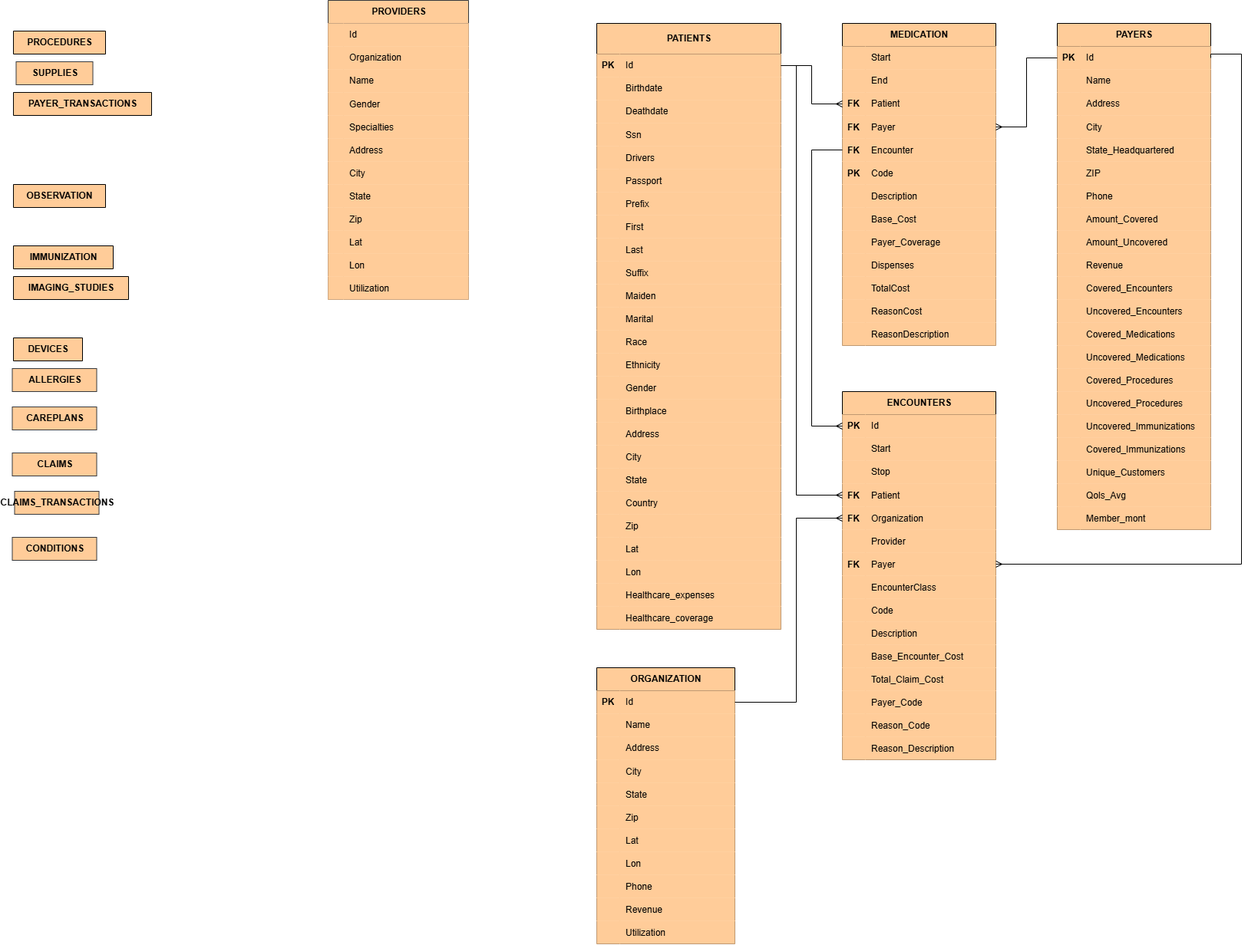
Before: BigDataProject.drawio.png, a diagram exported from draw.io (UtsuroNoArashi/BigDataProject). Source tidied: cells renumbered, new cells last; positions are measured from the earlier drawing's top-left corner, leaving out a move shared by most shapes.
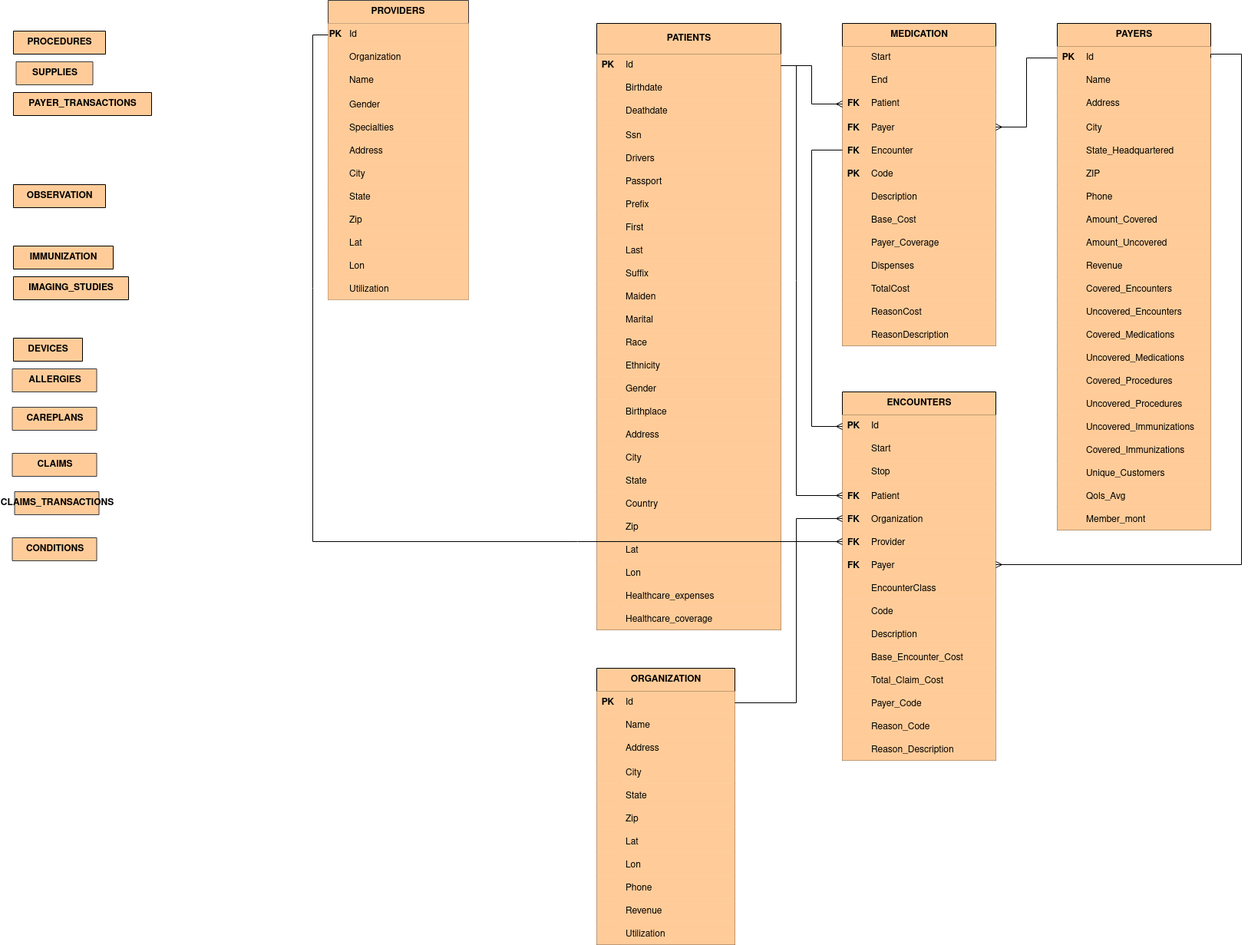
After the change.

Change to the diagram source:
```diff
@@ -11,7 +11,7 @@
     <mxCell id="4" style="shape=tableRow;horizontal=0;startSize=0;swimlaneHead=0;swimlaneBody=0;fillColor=light-dark(#FFCC99,#B98351);points=[[0,0.5],[1,0.5]];portConstraint=eastwest;top=0;left=0;right=0;bottom=0;strokeColor=light-dark(#36393D,#DDE2E4);fontColor=light-dark(#000000,#000000);" parent="3" vertex="1">
       <mxGeometry y="30" width="183" height="30" as="geometry" />
     </mxCell>
-    <mxCell id="5" style="shape=partialRectangle;fillColor=light-dark(#FFCC99,#B98351);top=0;left=0;bottom=0;right=0;overflow=hidden;whiteSpace=wrap;html=1;strokeColor=light-dark(#36393D,#DDE2E4);fontColor=light-dark(#000000,#000000);" parent="4" vertex="1">
+    <mxCell id="5" value="PK" style="shape=partialRectangle;fillColor=light-dark(#FFCC99,#B98351);top=0;left=0;bottom=0;right=0;overflow=hidden;whiteSpace=wrap;html=1;strokeColor=light-dark(#36393D,#DDE2E4);fontColor=light-dark(#000000,#000000);fontStyle=1;" parent="4" vertex="1">
       <mxGeometry width="20" height="30" as="geometry" />
     </mxCell>
     <mxCell id="6" value="Id" style="shape=partialRectangle;fillColor=light-dark(#FFCC99,#B98351);top=0;left=0;bottom=0;right=0;align=left;spacingLeft=6;overflow=hidden;whiteSpace=wrap;html=1;strokeColor=default;fontColor=light-dark(#000000,#000000);" parent="4" vertex="1">
@@ -839,7 +839,7 @@
     <mxCell id="280" style="shape=tableRow;horizontal=0;startSize=0;swimlaneHead=0;swimlaneBody=0;fillColor=light-dark(#FFCC99,#B98351);points=[[0,0.5],[1,0.5]];portConstraint=eastwest;top=0;left=0;right=0;bottom=0;fontColor=light-dark(#000000,#000000);" parent="264" vertex="1">
       <mxGeometry y="180" width="200" height="30" as="geometry" />
     </mxCell>
-    <mxCell id="281" style="shape=partialRectangle;fillColor=light-dark(#FFCC99,#B98351);top=0;left=0;bottom=0;right=0;overflow=hidden;fontColor=light-dark(#000000,#000000);" parent="280" vertex="1">
+    <mxCell id="281" value="FK" style="shape=partialRectangle;fillColor=light-dark(#FFCC99,#B98351);top=0;left=0;bottom=0;right=0;overflow=hidden;fontColor=light-dark(#000000,#000000);fontStyle=1;" parent="280" vertex="1">
       <mxGeometry width="30" height="30" as="geometry" />
     </mxCell>
     <mxCell id="282" value="Provider" style="shape=partialRectangle;fillColor=light-dark(#FFCC99,#B98351);top=0;left=0;bottom=0;right=0;align=left;spacingLeft=6;overflow=hidden;fontColor=light-dark(#000000,#000000);" parent="280" vertex="1">
@@ -968,5 +968,8 @@
         </Array>
       </mxGeometry>
     </mxCell>
+    <mxCell id="317" style="edgeStyle=orthogonalEdgeStyle;rounded=0;jettySize=auto;html=1;exitX=0;exitY=0.5;exitDx=0;exitDy=0;endArrow=ERmany;endFill=0;" parent="1" edge="1" source="4" target="280">
+      <mxGeometry relative="1" as="geometry" />
+    </mxCell>
   </root>
 </mxGraphModel>
```
